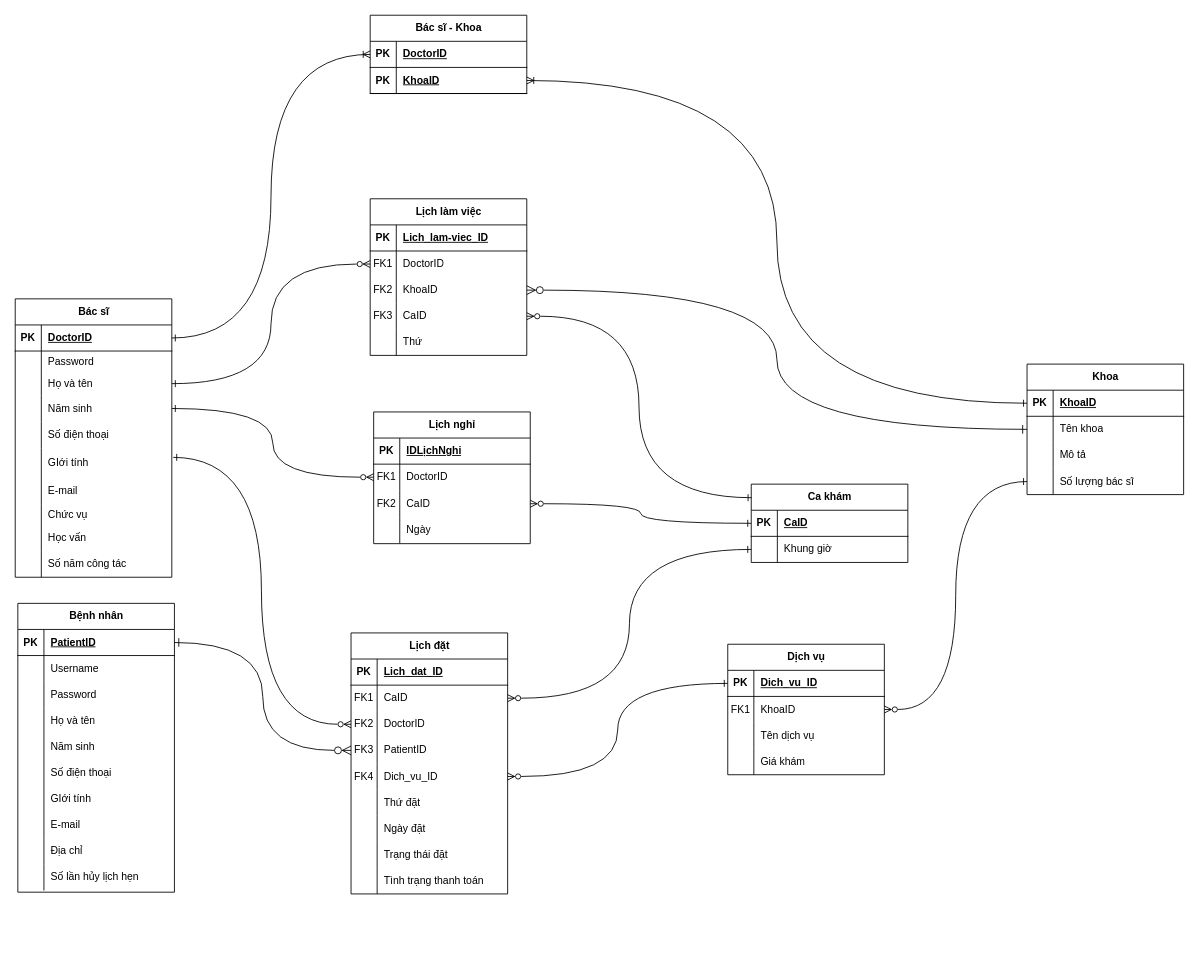
Above: Biểu đồ không có tiêu đề.drawio in ktoan911/Medical_scheduling_Web (draw.io), before the change. Source tidied: cells renumbered, new cells numbered last; positions are measured from the earlier drawing's top-left corner, leaving out a move shared by most shapes. Both pictures are drawn from the tidied source at 87%, with x=0, y=0 at pixel (15, 15).
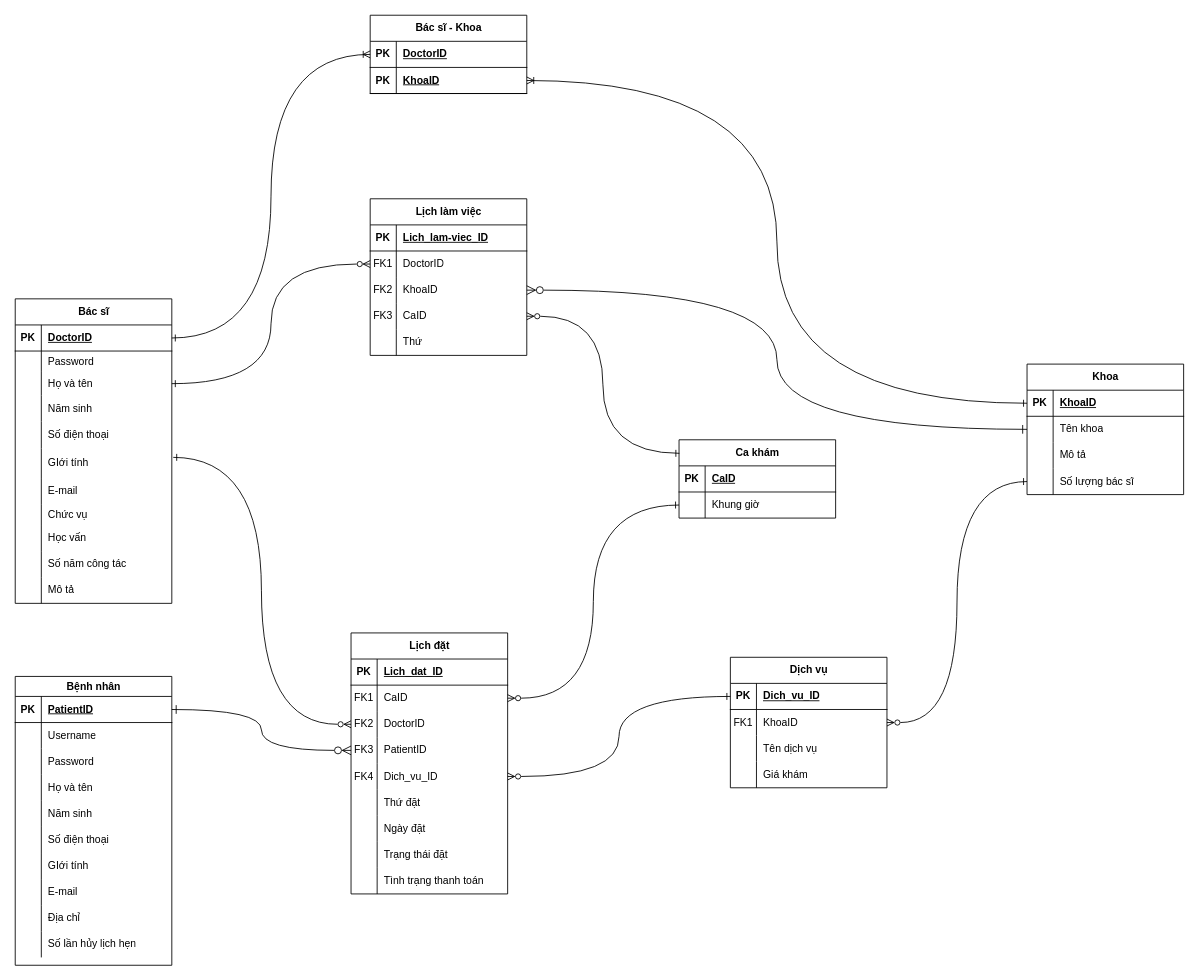
After the change.

Commit message:
Cập nhật Biểu đồ không có tiêu đề.drawio

The change refers to these unchanged cells:
```xml
<mxCell id="12" style="shape=tableRow;horizontal=0;startSize=0;swimlaneHead=0;swimlaneBody=0;fillColor=none;points=[[0,0.5],[1,0.5]];portConstraint=eastwest;top=0;left=0;right=0;bottom=0;" parent="2" vertex="1">
  <mxGeometry y="111" width="180" height="30" as="geometry" />
</mxCell>
<mxCell id="65" style="shape=tableRow;horizontal=0;startSize=0;swimlaneHead=0;swimlaneBody=0;fillColor=none;points=[[0,0.5],[1,0.5]];portConstraint=eastwest;top=0;left=0;right=0;bottom=1;" parent="64" vertex="1">
  <mxGeometry y="30" width="180" height="30" as="geometry" />
</mxCell>
```

Change to the diagram source:
```diff
@@
     <mxCell id="2" value="Bác sĩ" style="shape=table;startSize=30;childLayout=tableLayout;rowLines=0;fontStyle=1;align=center;html=1;" parent="1" vertex="1">
-      <mxGeometry y="326" width="180" height="320" as="geometry" />
+      <mxGeometry y="326" width="180" height="350" as="geometry" />
     </mxCell>
@@
+    <mxCell id="173" style="shape=tableRow;horizontal=0;startSize=0;swimlaneHead=0;swimlaneBody=0;fillColor=none;top=0;left=0;right=0;bottom=0;" parent="2" vertex="1">
+      <mxGeometry y="320" width="180" height="30" as="geometry" />
+    </mxCell>
+    <mxCell id="169" style="shape=partialRectangle;fillColor=none;top=0;left=0;bottom=0;right=0;overflow=hidden;whiteSpace=wrap;html=1;" parent="173" vertex="1">
+      <mxGeometry width="30" height="30" as="geometry" />
+    </mxCell>
+    <mxCell id="174" value="Mô tả" style="shape=partialRectangle;fillColor=none;top=0;left=0;bottom=0;right=0;align=left;spacingLeft=6;overflow=hidden;whiteSpace=wrap;html=1;" parent="173" vertex="1">
+      <mxGeometry x="30" width="150" height="30" as="geometry" />
+    </mxCell>
-    <mxCell id="33" value="Bệnh nhân" style="shape=table;startSize=30;childLayout=tableLayout;rowLines=0;fontStyle=1;align=center;html=1;" parent="1" vertex="1">
-      <mxGeometry x="3" y="676" width="180" height="332" as="geometry" />
+    <mxCell id="33" value="Bệnh nhân" style="shape=table;startSize=23;childLayout=tableLayout;rowLines=0;fontStyle=1;align=center;html=1;" parent="1" vertex="1">
+      <mxGeometry y="760" width="180" height="332" as="geometry" />
     </mxCell>
     <mxCell id="34" style="shape=tableRow;horizontal=0;startSize=0;swimlaneHead=0;swimlaneBody=0;fillColor=none;points=[[0,0.5],[1,0.5]];portConstraint=eastwest;top=0;left=0;right=0;bottom=1;" parent="33" vertex="1">
-      <mxGeometry y="30" width="180" height="30" as="geometry" />
+      <mxGeometry y="23" width="180" height="30" as="geometry" />
     </mxCell>
@@
     <mxCell id="37" style="shape=tableRow;horizontal=0;startSize=0;swimlaneHead=0;swimlaneBody=0;fillColor=none;top=0;left=0;right=0;bottom=0;" parent="33" vertex="1">
-      <mxGeometry y="60" width="180" height="30" as="geometry" />
+      <mxGeometry y="53" width="180" height="30" as="geometry" />
     </mxCell>
@@
     <mxCell id="40" style="shape=tableRow;horizontal=0;startSize=0;swimlaneHead=0;swimlaneBody=0;fillColor=none;top=0;left=0;right=0;bottom=0;" parent="33" vertex="1">
-      <mxGeometry y="90" width="180" height="30" as="geometry" />
+      <mxGeometry y="83" width="180" height="30" as="geometry" />
     </mxCell>
@@
     <mxCell id="43" style="shape=tableRow;horizontal=0;startSize=0;swimlaneHead=0;swimlaneBody=0;fillColor=none;top=0;left=0;right=0;bottom=0;" parent="33" vertex="1">
-      <mxGeometry y="120" width="180" height="30" as="geometry" />
+      <mxGeometry y="113" width="180" height="30" as="geometry" />
     </mxCell>
@@
     <mxCell id="46" style="shape=tableRow;horizontal=0;startSize=0;swimlaneHead=0;swimlaneBody=0;fillColor=none;top=0;left=0;right=0;bottom=0;" parent="33" vertex="1">
-      <mxGeometry y="150" width="180" height="30" as="geometry" />
+      <mxGeometry y="143" width="180" height="30" as="geometry" />
     </mxCell>
@@
     <mxCell id="49" style="shape=tableRow;horizontal=0;startSize=0;swimlaneHead=0;swimlaneBody=0;fillColor=none;top=0;left=0;right=0;bottom=0;" parent="33" vertex="1">
-      <mxGeometry y="180" width="180" height="30" as="geometry" />
+      <mxGeometry y="173" width="180" height="30" as="geometry" />
     </mxCell>
@@
     <mxCell id="52" style="shape=tableRow;horizontal=0;startSize=0;swimlaneHead=0;swimlaneBody=0;fillColor=none;top=0;left=0;right=0;bottom=0;" parent="33" vertex="1">
-      <mxGeometry y="210" width="180" height="30" as="geometry" />
+      <mxGeometry y="203" width="180" height="30" as="geometry" />
     </mxCell>
@@
     <mxCell id="55" style="shape=tableRow;horizontal=0;startSize=0;swimlaneHead=0;swimlaneBody=0;fillColor=none;top=0;left=0;right=0;bottom=0;" parent="33" vertex="1">
-      <mxGeometry y="240" width="180" height="30" as="geometry" />
+      <mxGeometry y="233" width="180" height="30" as="geometry" />
     </mxCell>
@@
     <mxCell id="58" style="shape=tableRow;horizontal=0;startSize=0;swimlaneHead=0;swimlaneBody=0;fillColor=none;top=0;left=0;right=0;bottom=0;" parent="33" vertex="1">
-      <mxGeometry y="270" width="180" height="30" as="geometry" />
+      <mxGeometry y="263" width="180" height="30" as="geometry" />
     </mxCell>
@@
     <mxCell id="61" style="shape=tableRow;horizontal=0;startSize=0;swimlaneHead=0;swimlaneBody=0;fillColor=none;top=0;left=0;right=0;bottom=0;" parent="33" vertex="1">
-      <mxGeometry y="300" width="180" height="30" as="geometry" />
+      <mxGeometry y="293" width="180" height="30" as="geometry" />
     </mxCell>
@@
     <mxCell id="64" value="Ca khám" style="shape=table;startSize=30;childLayout=tableLayout;rowLines=0;fontStyle=1;align=center;html=1;" parent="1" vertex="1">
-      <mxGeometry x="846" y="539" width="180" height="90" as="geometry" />
+      <mxGeometry x="763" y="488" width="180" height="90" as="geometry" />
     </mxCell>
@@
     <mxCell id="115" value="Dịch vụ" style="shape=table;startSize=30;childLayout=tableLayout;rowLines=0;fontStyle=1;align=center;html=1;" parent="1" vertex="1">
-      <mxGeometry x="819" y="723" width="180" height="150" as="geometry" />
+      <mxGeometry x="822" y="738" width="180" height="150" as="geometry" />
     </mxCell>
@@
-    <mxCell id="158" value="Lịch nghỉ" style="shape=table;startSize=30;childLayout=tableLayout;rowLines=0;fontStyle=1;align=center;html=1;" parent="1" vertex="1">
-      <mxGeometry x="412" y="456" width="180" height="151.4" as="geometry" />
-    </mxCell>
-    <mxCell id="159" style="shape=tableRow;horizontal=0;startSize=0;swimlaneHead=0;swimlaneBody=0;fillColor=none;top=0;left=0;right=0;bottom=1;" parent="158" vertex="1">
-      <mxGeometry y="30" width="180" height="30" as="geometry" />
-    </mxCell>
-    <mxCell id="160" value="PK" style="shape=partialRectangle;fillColor=none;top=0;left=0;bottom=0;right=0;fontStyle=1;overflow=hidden;whiteSpace=wrap;html=1;" parent="159" vertex="1">
-      <mxGeometry width="30" height="30" as="geometry" />
-    </mxCell>
-    <mxCell id="161" value="IDLịchNghi" style="shape=partialRectangle;fillColor=none;top=0;left=0;bottom=0;right=0;align=left;spacingLeft=6;fontStyle=5;overflow=hidden;whiteSpace=wrap;html=1;" parent="159" vertex="1">
-      <mxGeometry x="30" width="150" height="30" as="geometry" />
-    </mxCell>
-    <mxCell id="162" style="shape=tableRow;horizontal=0;startSize=0;swimlaneHead=0;swimlaneBody=0;fillColor=none;points=[[0,0.5],[1,0.5]];portConstraint=eastwest;top=0;left=0;right=0;bottom=0;" parent="158" vertex="1">
-      <mxGeometry y="60" width="180" height="30" as="geometry" />
-    </mxCell>
-    <mxCell id="163" value="FK1" style="shape=partialRectangle;fillColor=none;top=0;left=0;bottom=0;right=0;overflow=hidden;whiteSpace=wrap;html=1;" parent="162" vertex="1">
-      <mxGeometry width="30" height="30" as="geometry" />
-    </mxCell>
-    <mxCell id="164" value="DoctorID" style="shape=partialRectangle;fillColor=none;top=0;left=0;bottom=0;right=0;align=left;spacingLeft=6;overflow=hidden;whiteSpace=wrap;html=1;" parent="162" vertex="1">
-      <mxGeometry x="30" width="150" height="30" as="geometry" />
-    </mxCell>
-    <mxCell id="165" style="shape=tableRow;horizontal=0;startSize=0;swimlaneHead=0;swimlaneBody=0;fillColor=none;points=[[0,0.5],[1,0.5]];portConstraint=eastwest;top=0;left=0;right=0;bottom=0;" parent="158" vertex="1">
-      <mxGeometry y="90" width="180" height="31" as="geometry" />
-    </mxCell>
-    <mxCell id="166" value="FK2" style="shape=partialRectangle;fillColor=none;top=0;left=0;bottom=0;right=0;overflow=hidden;whiteSpace=wrap;html=1;" parent="165" vertex="1">
-      <mxGeometry width="30" height="31" as="geometry" />
-    </mxCell>
-    <mxCell id="167" value="CaID" style="shape=partialRectangle;fillColor=none;top=0;left=0;bottom=0;right=0;align=left;spacingLeft=6;overflow=hidden;whiteSpace=wrap;html=1;" parent="165" vertex="1">
-      <mxGeometry x="30" width="150" height="31" as="geometry" />
-    </mxCell>
-    <mxCell id="168" style="shape=tableRow;horizontal=0;startSize=0;swimlaneHead=0;swimlaneBody=0;fillColor=none;top=0;left=0;right=0;bottom=0;" parent="158" vertex="1">
-      <mxGeometry y="121" width="180" height="30" as="geometry" />
-    </mxCell>
-    <mxCell id="169" style="shape=partialRectangle;fillColor=none;top=0;left=0;bottom=0;right=0;overflow=hidden;whiteSpace=wrap;html=1;" parent="168" vertex="1">
-      <mxGeometry width="30" height="30" as="geometry" />
-    </mxCell>
-    <mxCell id="170" value="Ngày" style="shape=partialRectangle;fillColor=none;top=0;left=0;bottom=0;right=0;align=left;spacingLeft=6;overflow=hidden;whiteSpace=wrap;html=1;" parent="168" vertex="1">
-      <mxGeometry x="30" width="150" height="30" as="geometry" />
-    </mxCell>
-    <mxCell id="171" style="edgeStyle=orthogonalEdgeStyle;rounded=0;jettySize=auto;html=1;exitX=1;exitY=0.5;exitDx=0;exitDy=0;entryX=0;entryY=0.5;entryDx=0;entryDy=0;curved=1;startArrow=ERone;startFill=0;endArrow=ERzeroToMany;endFill=0;" parent="1" edge="1" source="12" target="162">
-      <mxGeometry relative="1" as="geometry" />
-    </mxCell>
-    <mxCell id="172" style="edgeStyle=orthogonalEdgeStyle;rounded=0;jettySize=auto;html=1;exitX=0;exitY=0.5;exitDx=0;exitDy=0;entryX=1;entryY=0.5;entryDx=0;entryDy=0;curved=1;startArrow=ERone;startFill=0;endArrow=ERzeroToMany;endFill=0;" parent="1" edge="1" source="65" target="165">
-      <mxGeometry relative="1" as="geometry" />
-    </mxCell>
```
